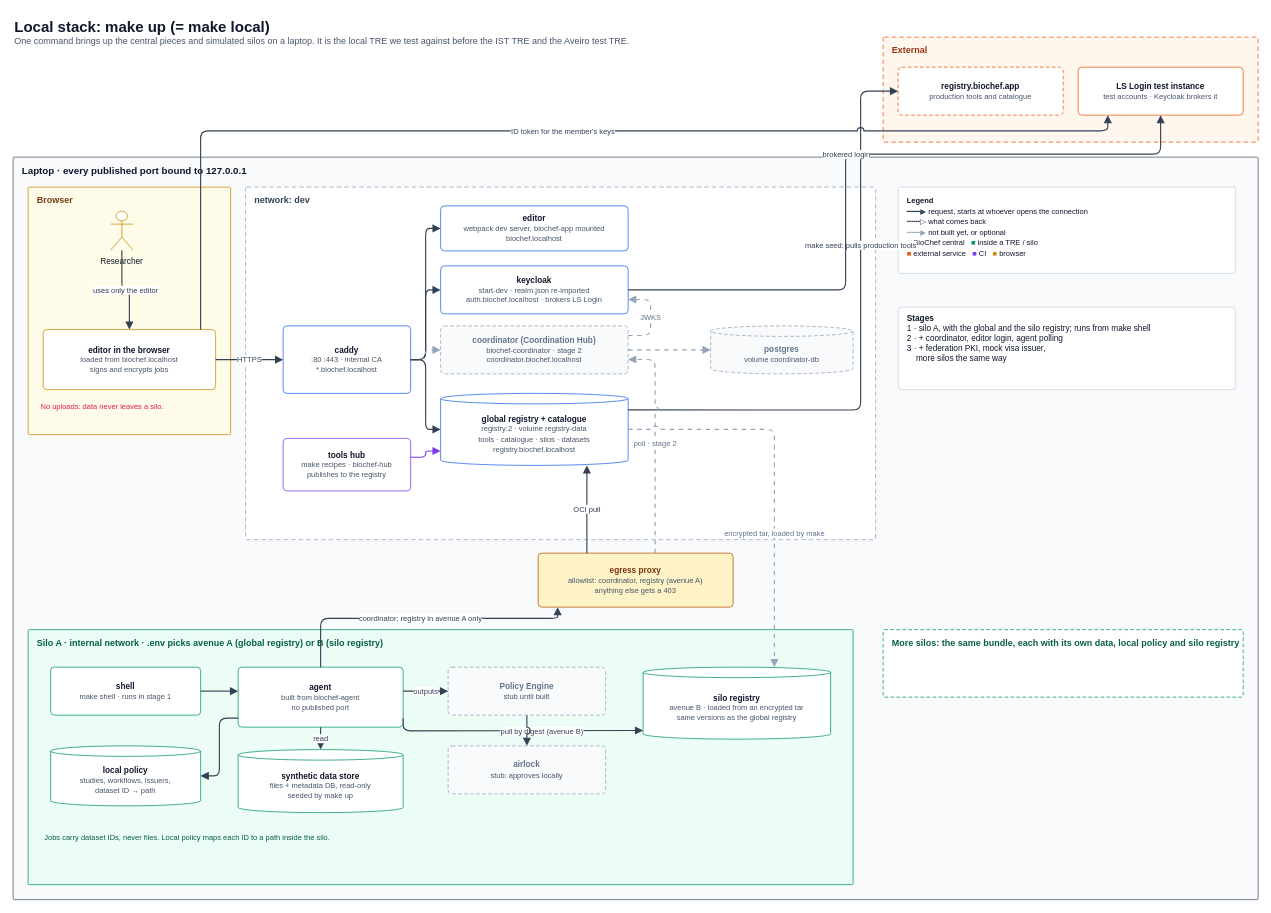
This is docs/diagrams/02-local-stack.drawio from ieeta-pt/biochef-infra, a draw.io file, before an edit. Source tidied: cells renumbered, new cells numbered last; positions are measured from the earlier drawing's top-left corner, leaving out a move shared by most shapes. Both pictures are drawn from the tidied source at 75%, with x=0, y=0 at pixel (13, 13).
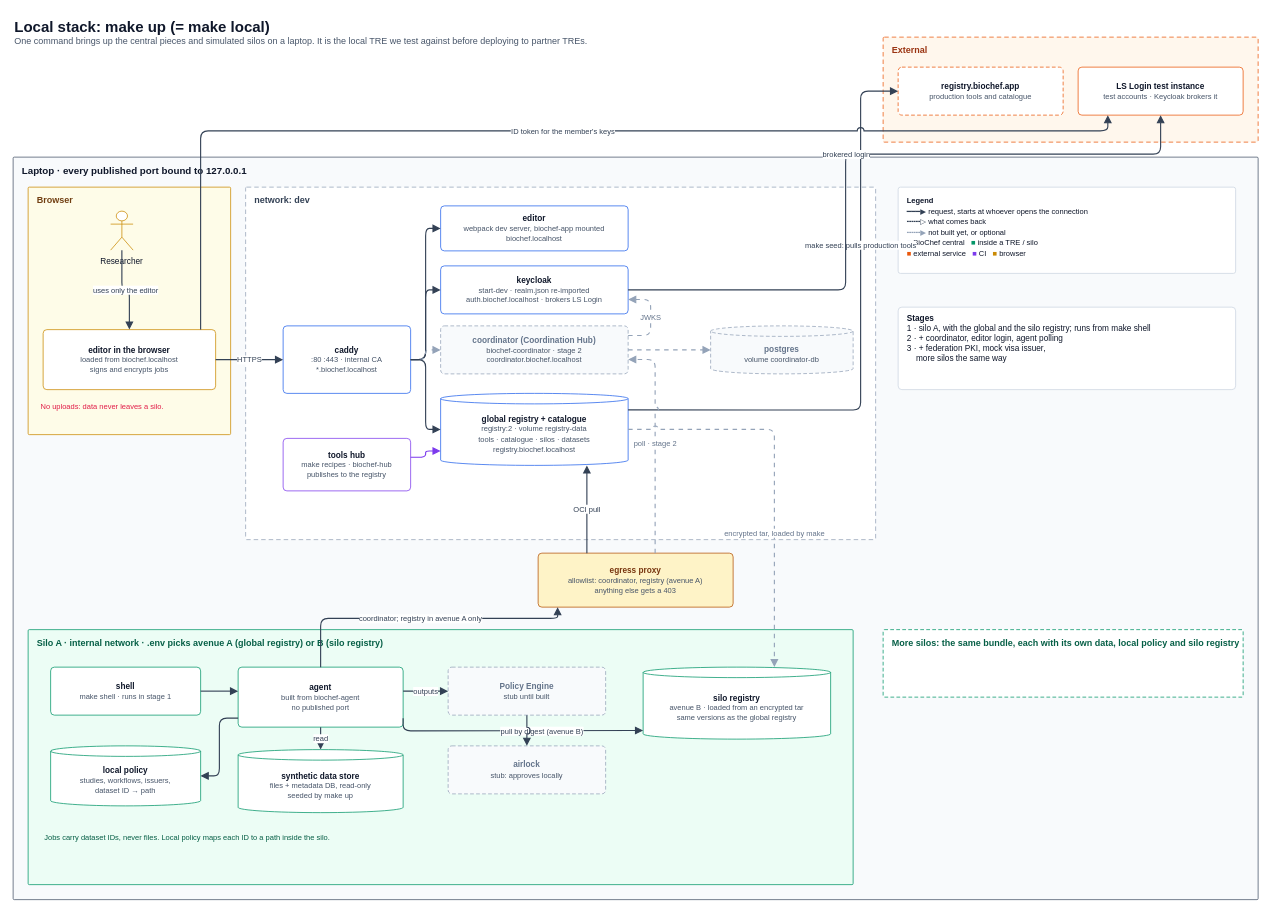
The same diagram, later.

The edit, as a diff of the source:
```diff
@@
-    <mxCell id="2" value="&lt;b style='font-size:20px'&gt;Local stack: make up (= make local)&lt;/b&gt;&lt;br&gt;&lt;font color='#475569'&gt;One command brings up the central pieces and simulated silos on a laptop. It is the local TRE we test against before the IST TRE and the Aveiro test TRE.&lt;/font&gt;" style="text;html=1;whiteSpace=wrap;fontSize=12;align=left;verticalAlign=top;fontColor=#0f172a;spacing=2;" parent="1" vertex="1">
+    <mxCell id="2" value="&lt;b style='font-size:20px'&gt;Local stack: make up (= make local)&lt;/b&gt;&lt;br&gt;&lt;font color='#475569'&gt;One command brings up the central pieces and simulated silos on a laptop. It is the local TRE we test against before deploying to partner TREs.&lt;/font&gt;" style="text;html=1;whiteSpace=wrap;fontSize=12;align=left;verticalAlign=top;fontColor=#0f172a;spacing=2;" parent="1" vertex="1">
       <mxGeometry width="1100" height="48" as="geometry" />
     </mxCell>
```
